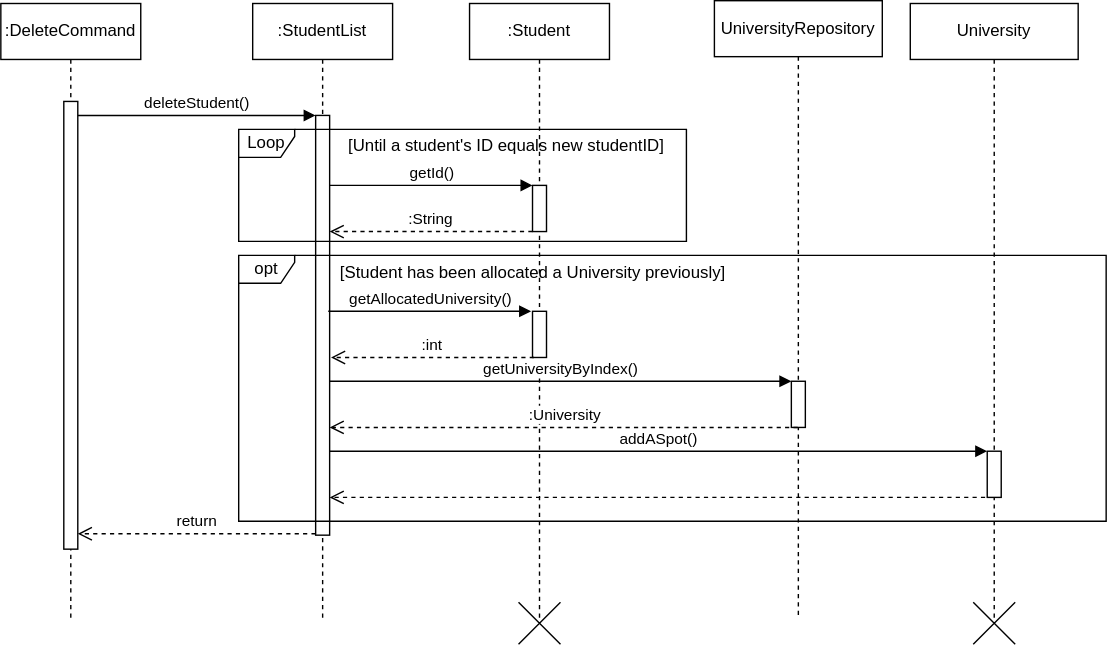
Earlier version of the draw.io export docs/UML_Diagrams/DeleteCommand.drawio.svg (paulktham/tp). Source tidied: cells renumbered, new cells last; positions are measured from the earlier drawing's top-left corner, leaving out a move shared by most shapes.
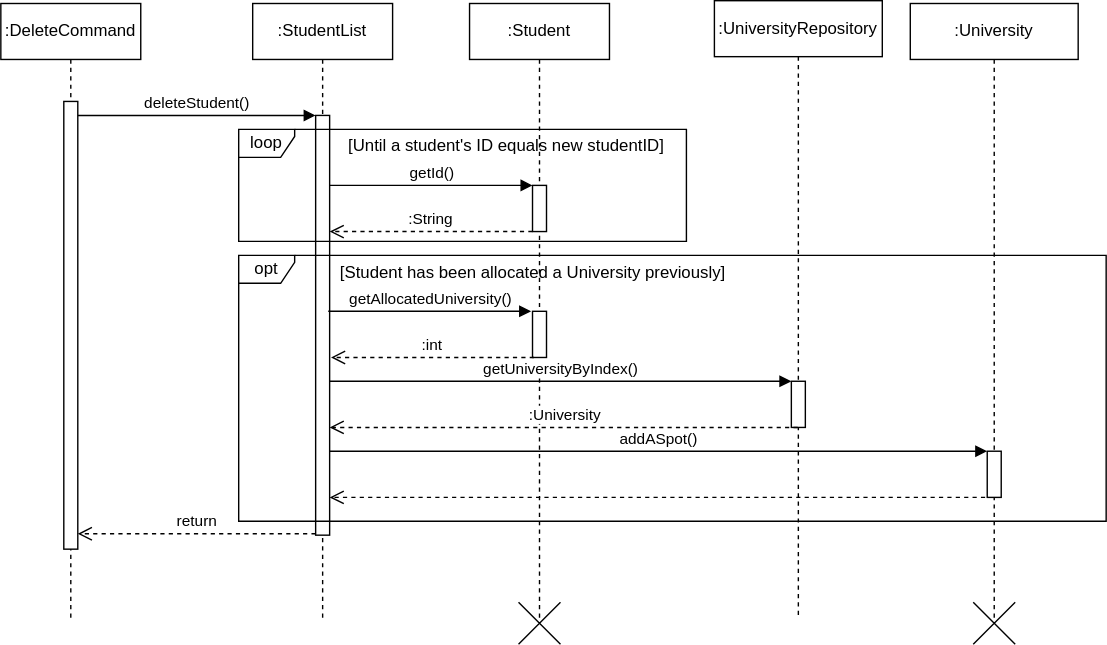
The same diagram one commit later.

What changed in the source:
```diff
@@ -45,7 +45,7 @@
         </Array>
       </mxGeometry>
     </mxCell>
-    <mxCell id="11" value="Loop" style="shape=umlFrame;whiteSpace=wrap;html=1;width=40;height=20;" parent="1" vertex="1">
+    <mxCell id="11" value="loop" style="shape=umlFrame;whiteSpace=wrap;html=1;width=40;height=20;" parent="1" vertex="1">
       <mxGeometry x="170" y="92" width="320" height="80" as="geometry" />
     </mxCell>
     <mxCell id="12" value=":String" style="html=1;verticalAlign=bottom;endArrow=open;dashed=1;endSize=8;edgeStyle=elbowEdgeStyle;elbow=vertical;curved=0;rounded=0;" parent="11" edge="1">
@@ -87,7 +87,7 @@
         </Array>
       </mxGeometry>
     </mxCell>
-    <mxCell id="19" value="UniversityRepository" style="shape=umlLifeline;perimeter=lifelinePerimeter;whiteSpace=wrap;html=1;newEdgeStyle={&quot;edgeStyle&quot;:&quot;elbowEdgeStyle&quot;,&quot;elbow&quot;:&quot;vertical&quot;,&quot;curved&quot;:0,&quot;rounded&quot;:0};" parent="14" vertex="1">
+    <mxCell id="19" value=":UniversityRepository" style="shape=umlLifeline;perimeter=lifelinePerimeter;whiteSpace=wrap;html=1;newEdgeStyle={&quot;edgeStyle&quot;:&quot;elbowEdgeStyle&quot;,&quot;elbow&quot;:&quot;vertical&quot;,&quot;curved&quot;:0,&quot;rounded&quot;:0};" parent="14" vertex="1">
       <mxGeometry x="340" y="-182" width="120" height="442" as="geometry" />
     </mxCell>
     <mxCell id="20" style="html=1;points=[];perimeter=orthogonalPerimeter;outlineConnect=0;targetShapes=umlLifeline;portConstraint=eastwest;newEdgeStyle={&quot;edgeStyle&quot;:&quot;elbowEdgeStyle&quot;,&quot;elbow&quot;:&quot;vertical&quot;,&quot;curved&quot;:0,&quot;rounded&quot;:0};" parent="19" vertex="1">
@@ -126,7 +126,7 @@
         </Array>
       </mxGeometry>
     </mxCell>
-    <mxCell id="25" value="University" style="shape=umlLifeline;perimeter=lifelinePerimeter;whiteSpace=wrap;html=1;newEdgeStyle={&quot;edgeStyle&quot;:&quot;elbowEdgeStyle&quot;,&quot;elbow&quot;:&quot;vertical&quot;,&quot;curved&quot;:0,&quot;rounded&quot;:0};" parent="1" vertex="1">
+    <mxCell id="25" value=":University" style="shape=umlLifeline;perimeter=lifelinePerimeter;whiteSpace=wrap;html=1;newEdgeStyle={&quot;edgeStyle&quot;:&quot;elbowEdgeStyle&quot;,&quot;elbow&quot;:&quot;vertical&quot;,&quot;curved&quot;:0,&quot;rounded&quot;:0};" parent="1" vertex="1">
       <mxGeometry x="650" y="2" width="120" height="440" as="geometry" />
     </mxCell>
     <mxCell id="26" style="html=1;points=[];perimeter=orthogonalPerimeter;outlineConnect=0;targetShapes=umlLifeline;portConstraint=eastwest;newEdgeStyle={&quot;edgeStyle&quot;:&quot;elbowEdgeStyle&quot;,&quot;elbow&quot;:&quot;vertical&quot;,&quot;curved&quot;:0,&quot;rounded&quot;:0};" parent="25" vertex="1">
```
